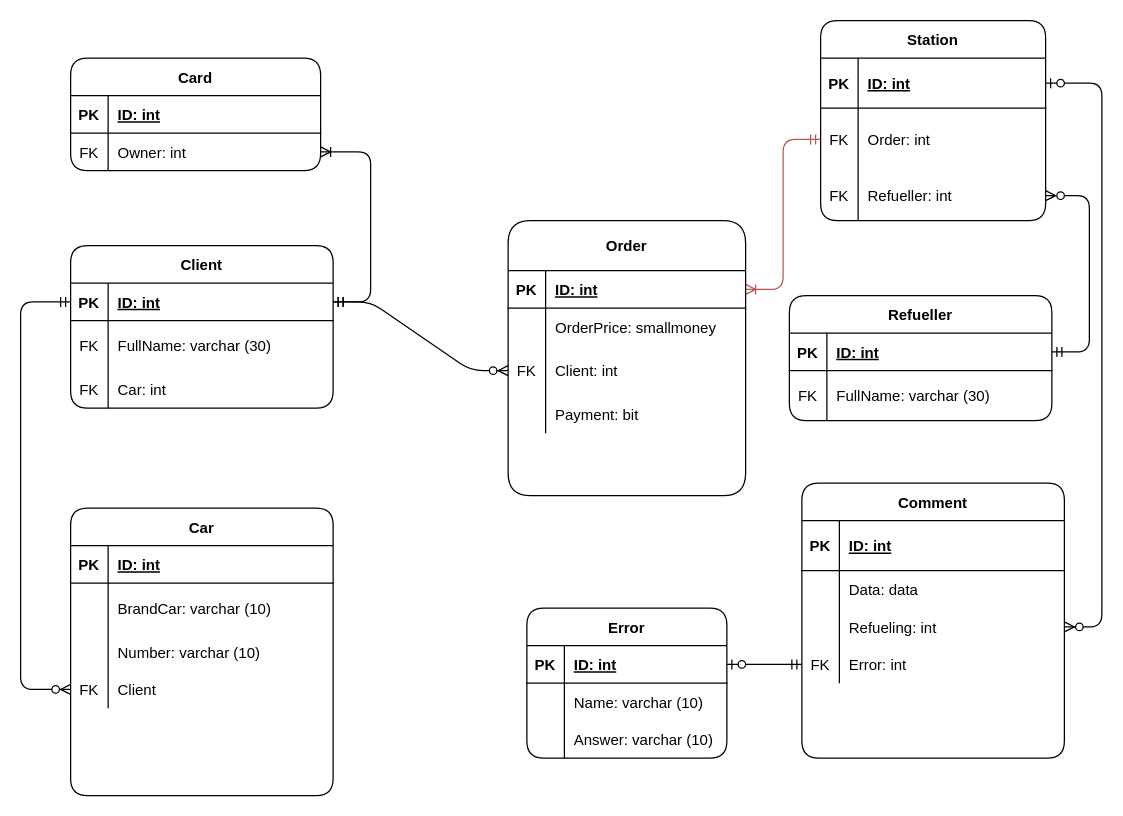
This is page "Physical" (2 of 2) of Diagrams/ERD.drawio from aleksey899/gas-station, a draw.io file, before an edit. Source tidied: cells renumbered, new cells numbered last; positions are measured from the earlier drawing's top-left corner, leaving out a move shared by most shapes. Both pictures are drawn from the tidied source at 125%, with x=0, y=0 at pixel (20, 20).
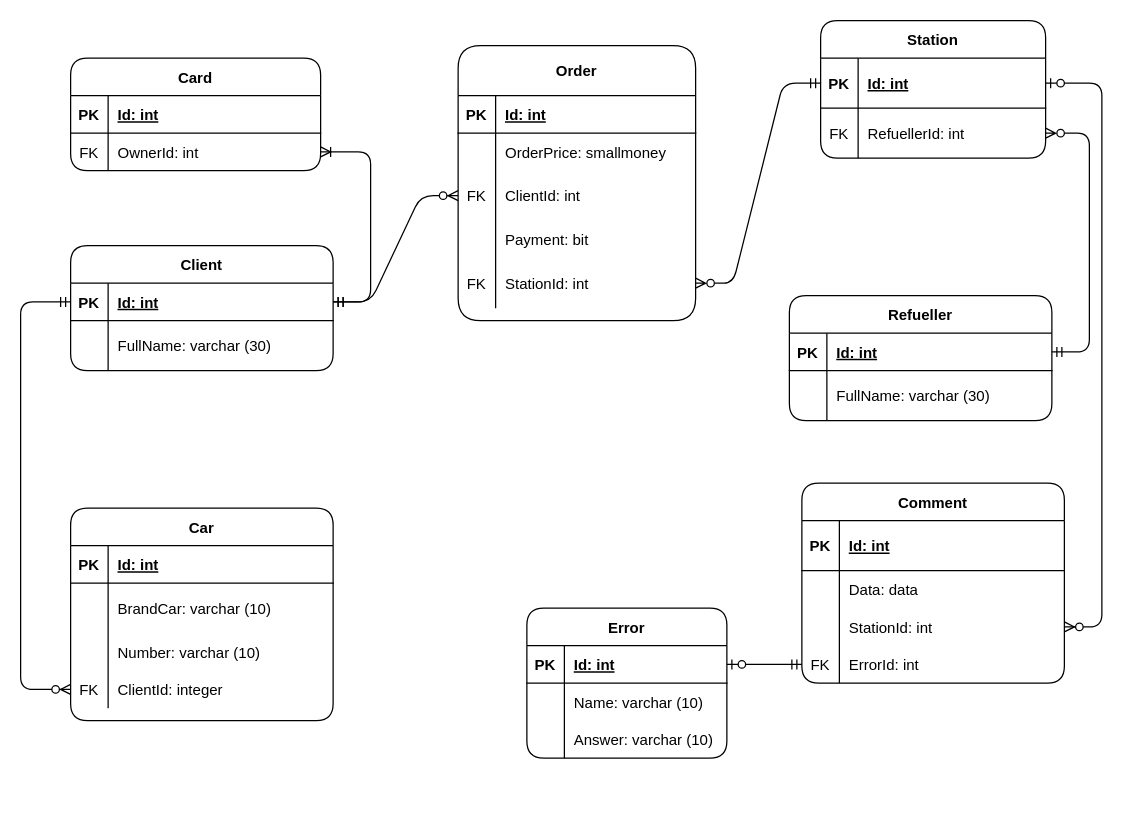
The same diagram, later.

Unchanged cells that the change refers to:
```xml
<mxCell id="4" style="shape=partialRectangle;fillColor=none;points=[[0,0.5],[1,0.5]];portConstraint=eastwest;top=0;left=0;right=0;bottom=1;" parent="3" vertex="1">
  <mxGeometry y="30" width="180" height="40" as="geometry" />
</mxCell>
<mxCell id="14" style="shape=partialRectangle;fillColor=none;points=[[0,0.5],[1,0.5]];portConstraint=eastwest;top=0;left=0;right=0;bottom=1;" parent="13" vertex="1">
  <mxGeometry y="30" width="160" height="30" as="geometry" />
</mxCell>
<mxCell id="24" style="shape=partialRectangle;fillColor=none;points=[[0,0.5],[1,0.5]];portConstraint=eastwest;top=0;left=0;right=0;bottom=1;" parent="23" vertex="1">
  <mxGeometry y="40" width="190" height="30" as="geometry" />
</mxCell>
<mxCell id="30" style="shape=partialRectangle;fillColor=none;top=0;left=0;bottom=0;right=0;points=[[0,0.5],[1,0.5]];portConstraint=eastwest;" parent="23" vertex="1">
  <mxGeometry y="100" width="190" height="40" as="geometry" />
</mxCell>
<mxCell id="37" style="shape=partialRectangle;fillColor=none;top=0;left=0;right=0;bottom=1;" parent="36" vertex="1">
  <mxGeometry y="30" width="210" height="40" as="geometry" />
</mxCell>
<mxCell id="43" style="shape=partialRectangle;fillColor=none;top=0;left=0;bottom=0;right=0;points=[[0,0.5],[1,0.5]];portConstraint=eastwest;" parent="36" vertex="1">
  <mxGeometry y="100" width="210" height="30" as="geometry" />
</mxCell>
<mxCell id="46" style="shape=partialRectangle;fillColor=none;top=0;left=0;bottom=0;right=0;points=[[0,0.5],[1,0.5]];portConstraint=eastwest;" parent="36" vertex="1">
  <mxGeometry y="130" width="210" height="30" as="geometry" />
</mxCell>
<mxCell id="50" style="shape=partialRectangle;fillColor=none;top=0;left=0;right=0;bottom=1;" parent="49" vertex="1">
  <mxGeometry y="30" width="200" height="30" as="geometry" />
</mxCell>
<mxCell id="53" style="shape=partialRectangle;fillColor=none;top=0;left=0;bottom=0;right=0;points=[[0,0.5],[1,0.5]];portConstraint=eastwest;" parent="49" vertex="1">
  <mxGeometry y="60" width="200" height="30" as="geometry" />
</mxCell>
<mxCell id="57" style="shape=partialRectangle;fillColor=none;points=[[0,0.5],[1,0.5]];portConstraint=eastwest;top=0;left=0;right=0;bottom=1;" parent="56" vertex="1">
  <mxGeometry y="30" width="210" height="30" as="geometry" />
</mxCell>
<mxCell id="60" style="shape=partialRectangle;fillColor=none;top=0;left=0;right=0;bottom=0;" parent="56" vertex="1">
  <mxGeometry y="60" width="210" height="40" as="geometry" />
</mxCell>
<mxCell id="67" style="shape=partialRectangle;fillColor=none;top=0;left=0;right=0;bottom=1;" parent="66" vertex="1">
  <mxGeometry y="30" width="210" height="30" as="geometry" />
</mxCell>
<mxCell id="76" style="shape=partialRectangle;fillColor=none;top=0;left=0;bottom=0;right=0;points=[[0,0.5],[1,0.5]];portConstraint=eastwest;" parent="66" vertex="1">
  <mxGeometry y="130" width="210" height="30" as="geometry" />
</mxCell>
<mxCell id="80" style="shape=partialRectangle;fillColor=none;points=[[0,0.5],[1,0.5]];portConstraint=eastwest;top=0;left=0;right=0;bottom=1;" parent="79" vertex="1">
  <mxGeometry y="30" width="210" height="30" as="geometry" />
</mxCell>
<mxCell id="83" style="shape=partialRectangle;fillColor=none;top=0;left=0;right=0;bottom=0;" parent="79" vertex="1">
  <mxGeometry y="60" width="210" height="40" as="geometry" />
</mxCell>
```

Diff of the diagram source:
```diff
@@
-    <mxCell id="2" style="edgeStyle=entityRelationEdgeStyle;endArrow=ERmandOne;startArrow=ERoneToMany;endFill=0;startFill=0;fillColor=#f8cecc;strokeColor=#b85450;" parent="1" edge="1" source="24" target="7">
+    <mxCell id="2" style="edgeStyle=entityRelationEdgeStyle;endArrow=ERzeroToMany;startArrow=ERmandOne;endFill=0;startFill=0;" parent="1" edge="1" source="4" target="92">
       <mxGeometry relative="1" as="geometry" />
     </mxCell>
     <mxCell id="3" value="Station" style="shape=table;startSize=30;childLayout=tableLayout;rowLines=0;fontStyle=1;align=center;rounded=1;" parent="1" vertex="1">
-      <mxGeometry x="640" width="180" height="160" as="geometry" />
+      <mxGeometry x="640" width="180" height="110" as="geometry" />
     </mxCell>
@@
-    <mxCell id="6" value="ID: int" style="shape=partialRectangle;overflow=hidden;fillColor=none;top=0;left=0;bottom=0;right=0;align=left;spacingLeft=6;fontStyle=5;" parent="4" vertex="1">
+    <mxCell id="6" value="Id: int" style="shape=partialRectangle;overflow=hidden;fillColor=none;top=0;left=0;bottom=0;right=0;align=left;spacingLeft=6;fontStyle=5;" parent="4" vertex="1">
       <mxGeometry x="30" width="150" height="40" as="geometry" />
     </mxCell>
-    <mxCell id="7" style="shape=partialRectangle;fillColor=none;points=[[0,0.5],[1,0.5]];portConstraint=eastwest;top=0;left=0;right=0;bottom=0;" parent="3" vertex="1">
-      <mxGeometry y="70" width="180" height="50" as="geometry" />
-    </mxCell>
-    <mxCell id="8" value="FK" style="shape=partialRectangle;overflow=hidden;fillColor=none;top=0;left=0;bottom=0;right=0;" parent="7" vertex="1">
-      <mxGeometry width="30" height="50" as="geometry" />
-    </mxCell>
-    <mxCell id="9" value="Order: int" style="shape=partialRectangle;overflow=hidden;fillColor=none;top=0;left=0;bottom=0;right=0;align=left;spacingLeft=6;" parent="7" vertex="1">
-      <mxGeometry x="30" width="150" height="50" as="geometry" />
-    </mxCell>
     <mxCell id="10" style="shape=partialRectangle;fillColor=none;top=0;left=0;bottom=0;right=0;points=[[0,0.5],[1,0.5]];portConstraint=eastwest;" parent="3" vertex="1">
-      <mxGeometry y="120" width="180" height="40" as="geometry" />
+      <mxGeometry y="70" width="180" height="40" as="geometry" />
     </mxCell>
@@
-    <mxCell id="12" value="Refueller: int" style="shape=partialRectangle;fillColor=none;top=0;left=0;bottom=0;right=0;align=left;spacingLeft=6;overflow=hidden;" parent="10" vertex="1">
+    <mxCell id="12" value="RefuellerId: int" style="shape=partialRectangle;fillColor=none;top=0;left=0;bottom=0;right=0;align=left;spacingLeft=6;overflow=hidden;" parent="10" vertex="1">
       <mxGeometry x="30" width="150" height="40" as="geometry" />
     </mxCell>
@@
-    <mxCell id="16" value="ID: int" style="shape=partialRectangle;overflow=hidden;fillColor=none;top=0;left=0;bottom=0;right=0;align=left;spacingLeft=6;fontStyle=5;" parent="14" vertex="1">
+    <mxCell id="16" value="Id: int" style="shape=partialRectangle;overflow=hidden;fillColor=none;top=0;left=0;bottom=0;right=0;align=left;spacingLeft=6;fontStyle=5;" parent="14" vertex="1">
       <mxGeometry x="30" width="130" height="30" as="geometry" />
     </mxCell>
@@
     <mxCell id="23" value="Order" style="shape=table;startSize=40;childLayout=tableLayout;rowLines=0;fontStyle=1;align=center;rounded=1;" parent="1" vertex="1">
-      <mxGeometry x="390" y="160" width="190" height="220" as="geometry" />
+      <mxGeometry x="350" y="20" width="190" height="220" as="geometry" />
     </mxCell>
@@
-    <mxCell id="26" value="ID: int" style="shape=partialRectangle;overflow=hidden;fillColor=none;top=0;left=0;bottom=0;right=0;align=left;spacingLeft=6;fontStyle=5;" parent="24" vertex="1">
+    <mxCell id="26" value="Id: int" style="shape=partialRectangle;overflow=hidden;fillColor=none;top=0;left=0;bottom=0;right=0;align=left;spacingLeft=6;fontStyle=5;" parent="24" vertex="1">
       <mxGeometry x="30" width="160" height="30" as="geometry" />
     </mxCell>
@@
-    <mxCell id="32" value="Client: int" style="shape=partialRectangle;fillColor=none;top=0;left=0;bottom=0;right=0;align=left;spacingLeft=6;overflow=hidden;" parent="30" vertex="1">
+    <mxCell id="32" value="ClientId: int" style="shape=partialRectangle;fillColor=none;top=0;left=0;bottom=0;right=0;align=left;spacingLeft=6;overflow=hidden;" parent="30" vertex="1">
       <mxGeometry x="30" width="160" height="40" as="geometry" />
     </mxCell>
@@
+    <mxCell id="92" style="shape=partialRectangle;fillColor=none;top=0;left=0;bottom=0;right=0;points=[[0,0.5],[1,0.5]];portConstraint=eastwest;" parent="23" vertex="1">
+      <mxGeometry y="170" width="190" height="40" as="geometry" />
+    </mxCell>
+    <mxCell id="93" value="FK" style="shape=partialRectangle;fillColor=none;top=0;left=0;bottom=0;right=0;overflow=hidden;" parent="92" vertex="1">
+      <mxGeometry width="30" height="40" as="geometry" />
+    </mxCell>
+    <mxCell id="94" value="StationId: int" style="shape=partialRectangle;fillColor=none;top=0;left=0;bottom=0;right=0;align=left;spacingLeft=6;overflow=hidden;" parent="92" vertex="1">
+      <mxGeometry x="30" width="160" height="40" as="geometry" />
+    </mxCell>
     <mxCell id="36" value="Comment" style="shape=table;startSize=30;childLayout=tableLayout;rowLines=0;fontStyle=1;align=center;rounded=1;" parent="1" vertex="1">
-      <mxGeometry x="625" y="370" width="210" height="220" as="geometry" />
+      <mxGeometry x="625" y="370" width="210" height="160" as="geometry" />
     </mxCell>
@@
-    <mxCell id="39" value="ID: int" style="shape=partialRectangle;overflow=hidden;fillColor=none;top=0;left=0;bottom=0;right=0;align=left;spacingLeft=6;fontStyle=5;" parent="37" vertex="1">
+    <mxCell id="39" value="Id: int" style="shape=partialRectangle;overflow=hidden;fillColor=none;top=0;left=0;bottom=0;right=0;align=left;spacingLeft=6;fontStyle=5;" parent="37" vertex="1">
       <mxGeometry x="30" width="180" height="40" as="geometry" />
     </mxCell>
@@
-    <mxCell id="45" value="Refueling: int" style="shape=partialRectangle;fillColor=none;top=0;left=0;bottom=0;right=0;align=left;spacingLeft=6;overflow=hidden;" parent="43" vertex="1">
+    <mxCell id="45" value="StationId: int" style="shape=partialRectangle;fillColor=none;top=0;left=0;bottom=0;right=0;align=left;spacingLeft=6;overflow=hidden;" parent="43" vertex="1">
       <mxGeometry x="30" width="180" height="30" as="geometry" />
     </mxCell>
@@
-    <mxCell id="48" value="Error: int" style="shape=partialRectangle;fillColor=none;top=0;left=0;bottom=0;right=0;align=left;spacingLeft=6;overflow=hidden;" parent="46" vertex="1">
+    <mxCell id="48" value="ErrorId: int" style="shape=partialRectangle;fillColor=none;top=0;left=0;bottom=0;right=0;align=left;spacingLeft=6;overflow=hidden;" parent="46" vertex="1">
       <mxGeometry x="30" width="180" height="30" as="geometry" />
     </mxCell>
@@
-    <mxCell id="52" value="ID: int" style="shape=partialRectangle;overflow=hidden;fillColor=none;top=0;left=0;bottom=0;right=0;align=left;spacingLeft=6;fontStyle=5;" parent="50" vertex="1">
+    <mxCell id="52" value="Id: int" style="shape=partialRectangle;overflow=hidden;fillColor=none;top=0;left=0;bottom=0;right=0;align=left;spacingLeft=6;fontStyle=5;" parent="50" vertex="1">
       <mxGeometry x="30" width="170" height="30" as="geometry" />
     </mxCell>
@@
-    <mxCell id="55" value="Owner: int" style="shape=partialRectangle;fillColor=none;top=0;left=0;bottom=0;right=0;align=left;spacingLeft=6;overflow=hidden;" parent="53" vertex="1">
+    <mxCell id="55" value="OwnerId: int" style="shape=partialRectangle;fillColor=none;top=0;left=0;bottom=0;right=0;align=left;spacingLeft=6;overflow=hidden;" parent="53" vertex="1">
       <mxGeometry x="30" width="170" height="30" as="geometry" />
     </mxCell>
     <mxCell id="56" value="Client" style="shape=table;startSize=30;childLayout=tableLayout;rowLines=0;fontStyle=1;align=center;rounded=1;" parent="1" vertex="1">
-      <mxGeometry x="40" y="180" width="210" height="130" as="geometry" />
+      <mxGeometry x="40" y="180" width="210" height="100" as="geometry" />
     </mxCell>
@@
-    <mxCell id="59" value="ID: int" style="shape=partialRectangle;overflow=hidden;fillColor=none;top=0;left=0;bottom=0;right=0;align=left;spacingLeft=6;fontStyle=5;" parent="57" vertex="1">
+    <mxCell id="59" value="Id: int" style="shape=partialRectangle;overflow=hidden;fillColor=none;top=0;left=0;bottom=0;right=0;align=left;spacingLeft=6;fontStyle=5;" parent="57" vertex="1">
       <mxGeometry x="30" width="180" height="30" as="geometry" />
     </mxCell>
@@
-    <mxCell id="61" value="FK" style="shape=partialRectangle;overflow=hidden;fillColor=none;top=0;left=0;bottom=0;right=0;" parent="60" vertex="1">
+    <mxCell id="61" style="shape=partialRectangle;overflow=hidden;fillColor=none;top=0;left=0;bottom=0;right=0;" parent="60" vertex="1">
       <mxGeometry width="30" height="40" as="geometry" />
     </mxCell>
@@
-    <mxCell id="63" style="shape=partialRectangle;fillColor=none;top=0;left=0;right=0;bottom=0;" parent="56" vertex="1">
-      <mxGeometry y="100" width="210" height="30" as="geometry" />
-    </mxCell>
-    <mxCell id="64" value="FK" style="shape=partialRectangle;overflow=hidden;fillColor=none;top=0;left=0;bottom=0;right=0;" parent="63" vertex="1">
-      <mxGeometry width="30" height="30" as="geometry" />
-    </mxCell>
-    <mxCell id="65" value="Car: int" style="shape=partialRectangle;overflow=hidden;fillColor=none;top=0;left=0;bottom=0;right=0;align=left;spacingLeft=6;" parent="63" vertex="1">
-      <mxGeometry x="30" width="180" height="30" as="geometry" />
-    </mxCell>
     <mxCell id="66" value="Car" style="shape=table;startSize=30;childLayout=tableLayout;rowLines=0;fontStyle=1;align=center;rounded=1;" parent="1" vertex="1">
-      <mxGeometry x="40" y="390" width="210" height="230" as="geometry" />
+      <mxGeometry x="40" y="390" width="210" height="170" as="geometry" />
     </mxCell>
@@
-    <mxCell id="69" value="ID: int" style="shape=partialRectangle;overflow=hidden;fillColor=none;top=0;left=0;bottom=0;right=0;align=left;spacingLeft=6;fontStyle=5;" parent="67" vertex="1">
+    <mxCell id="69" value="Id: int" style="shape=partialRectangle;overflow=hidden;fillColor=none;top=0;left=0;bottom=0;right=0;align=left;spacingLeft=6;fontStyle=5;" parent="67" vertex="1">
       <mxGeometry x="30" width="180" height="30" as="geometry" />
     </mxCell>
@@
-    <mxCell id="78" value="Client" style="shape=partialRectangle;fillColor=none;top=0;left=0;bottom=0;right=0;align=left;spacingLeft=6;overflow=hidden;" parent="76" vertex="1">
+    <mxCell id="78" value="ClientId: integer" style="shape=partialRectangle;fillColor=none;top=0;left=0;bottom=0;right=0;align=left;spacingLeft=6;overflow=hidden;" parent="76" vertex="1">
       <mxGeometry x="30" width="180" height="30" as="geometry" />
     </mxCell>
@@
-    <mxCell id="82" value="ID: int" style="shape=partialRectangle;overflow=hidden;fillColor=none;top=0;left=0;bottom=0;right=0;align=left;spacingLeft=6;fontStyle=5;" parent="80" vertex="1">
+    <mxCell id="82" value="Id: int" style="shape=partialRectangle;overflow=hidden;fillColor=none;top=0;left=0;bottom=0;right=0;align=left;spacingLeft=6;fontStyle=5;" parent="80" vertex="1">
       <mxGeometry x="30" width="180" height="30" as="geometry" />
     </mxCell>
@@
-    <mxCell id="84" value="FK" style="shape=partialRectangle;overflow=hidden;fillColor=none;top=0;left=0;bottom=0;right=0;" parent="83" vertex="1">
+    <mxCell id="84" style="shape=partialRectangle;overflow=hidden;fillColor=none;top=0;left=0;bottom=0;right=0;" parent="83" vertex="1">
       <mxGeometry width="30" height="40" as="geometry" />
     </mxCell>
```
